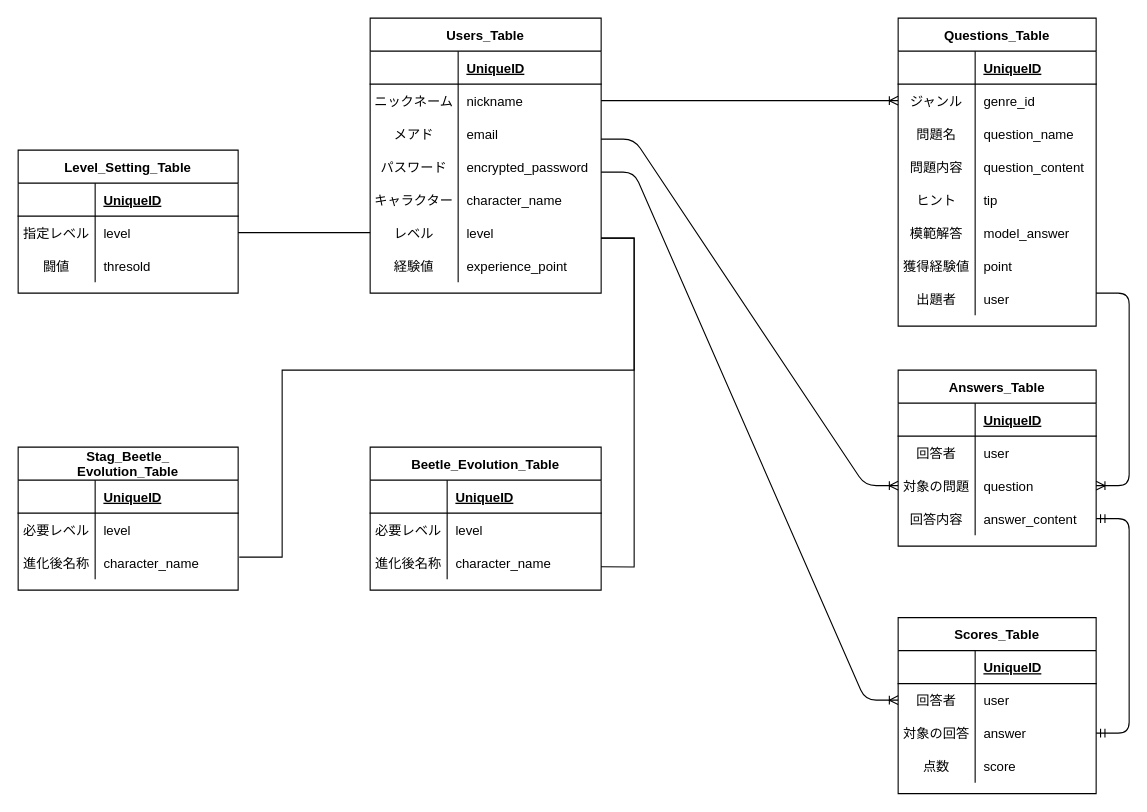
naoyanman-hashimoto/spp_app keeps this draw.io diagram as spp_app.dio. Above is the earlier version. Source tidied: cells renumbered, new cells numbered last; positions are measured from the earlier drawing's top-left corner, leaving out a move shared by most shapes. Both pictures are drawn from the tidied source at 110%, with x=0, y=0 at pixel (18, 18).
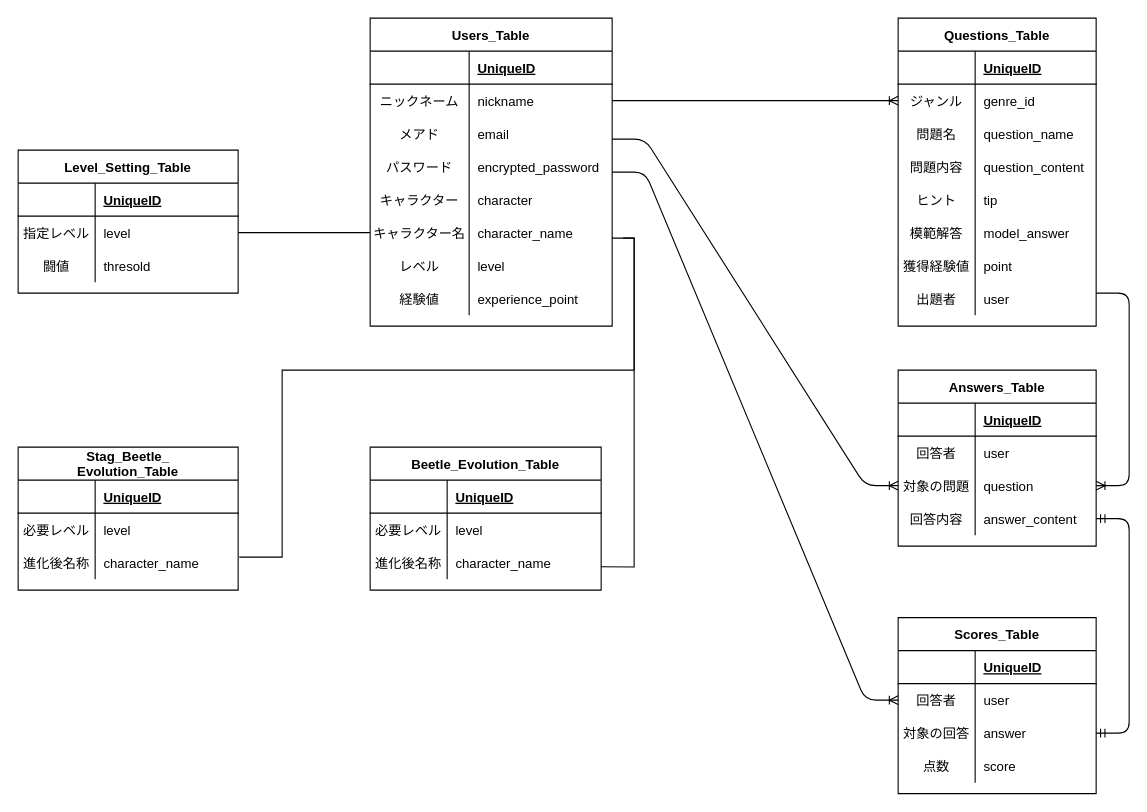
The same page after the edit.

The change refers to these unchanged cells:
```xml
<mxCell id="56" style="shape=partialRectangle;fillColor=none;top=0;left=0;bottom=0;right=0;points=[[0,0.5],[1,0.5]];portConstraint=eastwest;" parent="49" vertex="1">
  <mxGeometry y="90" width="180" height="30" as="geometry" />
</mxCell>
<mxCell id="66" style="shape=partialRectangle;fillColor=none;top=0;left=0;bottom=0;right=0;points=[[0,0.5],[1,0.5]];portConstraint=eastwest;" parent="62" vertex="1">
  <mxGeometry y="60" width="200" height="30" as="geometry" />
</mxCell>
<mxCell id="79" style="shape=partialRectangle;fillColor=none;top=0;left=0;bottom=0;right=0;points=[[0,0.5],[1,0.5]];portConstraint=eastwest;" parent="72" vertex="1">
  <mxGeometry y="90" width="210" height="30" as="geometry" />
</mxCell>
<mxCell id="86" style="shape=partialRectangle;fillColor=none;top=0;left=0;bottom=0;right=0;points=[[0,0.5],[1,0.5]];portConstraint=eastwest;" parent="82" vertex="1">
  <mxGeometry y="60" width="180" height="30" as="geometry" />
</mxCell>
```

What changed in the source:
```diff
@@
     <mxCell id="2" value="Users_Table" style="shape=table;startSize=30;childLayout=tableLayout;rowLines=0;fontStyle=1;align=center;" parent="1" vertex="1">
-      <mxGeometry x="320" width="210" height="250" as="geometry" />
+      <mxGeometry x="320" width="220" height="280" as="geometry" />
     </mxCell>
     <mxCell id="3" style="shape=partialRectangle;fillColor=none;top=0;left=0;bottom=1;right=0;" parent="2" vertex="1">
-      <mxGeometry y="30" width="210" height="30" as="geometry" />
+      <mxGeometry y="30" width="220" height="30" as="geometry" />
     </mxCell>
     <mxCell id="4" style="shape=partialRectangle;fillColor=none;top=0;left=0;bottom=0;right=0;fontStyle=1;overflow=hidden;" parent="3" vertex="1">
-      <mxGeometry width="80" height="30" as="geometry" />
+      <mxGeometry width="90" height="30" as="geometry" />
     </mxCell>
     <mxCell id="5" value="UniqueID" style="shape=partialRectangle;fillColor=none;top=0;left=0;bottom=0;right=0;align=left;spacingLeft=6;fontStyle=5;overflow=hidden;" parent="3" vertex="1">
-      <mxGeometry x="80" width="130" height="30" as="geometry" />
+      <mxGeometry x="90" width="130" height="30" as="geometry" />
     </mxCell>
     <mxCell id="6" style="shape=partialRectangle;fillColor=none;top=0;left=0;bottom=0;right=0;points=[[0,0.5],[1,0.5]];portConstraint=eastwest;" parent="2" vertex="1">
-      <mxGeometry y="60" width="210" height="30" as="geometry" />
+      <mxGeometry y="60" width="220" height="30" as="geometry" />
     </mxCell>
     <mxCell id="7" value="ニックネーム" style="shape=partialRectangle;fillColor=none;top=0;left=0;bottom=0;right=0;overflow=hidden;" parent="6" vertex="1">
-      <mxGeometry width="80" height="30" as="geometry" />
+      <mxGeometry width="90" height="30" as="geometry" />
     </mxCell>
     <mxCell id="8" value="nickname" style="shape=partialRectangle;fillColor=none;top=0;left=0;bottom=0;right=0;align=left;spacingLeft=6;overflow=hidden;" parent="6" vertex="1">
-      <mxGeometry x="80" width="130" height="30" as="geometry" />
+      <mxGeometry x="90" width="130" height="30" as="geometry" />
     </mxCell>
     <mxCell id="9" style="shape=partialRectangle;fillColor=none;top=0;left=0;bottom=0;right=0;" parent="2" vertex="1">
-      <mxGeometry y="90" width="210" height="30" as="geometry" />
+      <mxGeometry y="90" width="220" height="30" as="geometry" />
     </mxCell>
     <mxCell id="10" value="メアド" style="shape=partialRectangle;fillColor=none;top=0;left=0;bottom=0;right=0;overflow=hidden;" parent="9" vertex="1">
-      <mxGeometry width="80" height="30" as="geometry" />
+      <mxGeometry width="90" height="30" as="geometry" />
     </mxCell>
     <mxCell id="11" value="email" style="shape=partialRectangle;fillColor=none;top=0;left=0;bottom=0;right=0;align=left;spacingLeft=6;overflow=hidden;" parent="9" vertex="1">
-      <mxGeometry x="80" width="130" height="30" as="geometry" />
+      <mxGeometry x="90" width="130" height="30" as="geometry" />
     </mxCell>
     <mxCell id="12" style="shape=partialRectangle;fillColor=none;top=0;left=0;bottom=0;right=0;" parent="2" vertex="1">
-      <mxGeometry y="120" width="210" height="30" as="geometry" />
+      <mxGeometry y="120" width="220" height="30" as="geometry" />
     </mxCell>
     <mxCell id="13" value="パスワード" style="shape=partialRectangle;fillColor=none;top=0;left=0;bottom=0;right=0;overflow=hidden;" parent="12" vertex="1">
-      <mxGeometry width="80" height="30" as="geometry" />
+      <mxGeometry width="90" height="30" as="geometry" />
     </mxCell>
     <mxCell id="14" value="encrypted_password" style="shape=partialRectangle;fillColor=none;top=0;left=0;bottom=0;right=0;align=left;spacingLeft=6;overflow=hidden;" parent="12" vertex="1">
-      <mxGeometry x="80" width="130" height="30" as="geometry" />
+      <mxGeometry x="90" width="130" height="30" as="geometry" />
     </mxCell>
     <mxCell id="15" style="shape=partialRectangle;fillColor=none;top=0;left=0;bottom=0;right=0;" parent="2" vertex="1">
-      <mxGeometry y="150" width="210" height="30" as="geometry" />
+      <mxGeometry y="150" width="220" height="30" as="geometry" />
     </mxCell>
     <mxCell id="16" value="キャラクター" style="shape=partialRectangle;fillColor=none;top=0;left=0;bottom=0;right=0;overflow=hidden;" parent="15" vertex="1">
-      <mxGeometry width="80" height="30" as="geometry" />
+      <mxGeometry width="90" height="30" as="geometry" />
     </mxCell>
-    <mxCell id="17" value="character_name" style="shape=partialRectangle;fillColor=none;top=0;left=0;bottom=0;right=0;align=left;spacingLeft=6;overflow=hidden;" parent="15" vertex="1">
-      <mxGeometry x="80" width="130" height="30" as="geometry" />
+    <mxCell id="17" value="character" style="shape=partialRectangle;fillColor=none;top=0;left=0;bottom=0;right=0;align=left;spacingLeft=6;overflow=hidden;" parent="15" vertex="1">
+      <mxGeometry x="90" width="130" height="30" as="geometry" />
     </mxCell>
+    <mxCell id="113" style="shape=partialRectangle;fillColor=none;top=0;left=0;bottom=0;right=0;points=[[0,0.5],[1,0.5]];portConstraint=eastwest;" parent="2" vertex="1">
+      <mxGeometry y="180" width="220" height="30" as="geometry" />
+    </mxCell>
+    <mxCell id="114" value="キャラクター名" style="shape=partialRectangle;fillColor=none;top=0;left=0;bottom=0;right=0;overflow=hidden;" parent="113" vertex="1">
+      <mxGeometry width="90" height="30" as="geometry" />
+    </mxCell>
+    <mxCell id="115" value="character_name" style="shape=partialRectangle;fillColor=none;top=0;left=0;bottom=0;right=0;align=left;spacingLeft=6;overflow=hidden;" parent="113" vertex="1">
+      <mxGeometry x="90" width="130" height="30" as="geometry" />
+    </mxCell>
     <mxCell id="18" style="shape=partialRectangle;fillColor=none;top=0;left=0;bottom=0;right=0;points=[[0,0.5],[1,0.5]];portConstraint=eastwest;" parent="2" vertex="1">
-      <mxGeometry y="180" width="210" height="30" as="geometry" />
+      <mxGeometry y="210" width="220" height="30" as="geometry" />
     </mxCell>
     <mxCell id="19" value="レベル" style="shape=partialRectangle;fillColor=none;top=0;left=0;bottom=0;right=0;overflow=hidden;" parent="18" vertex="1">
-      <mxGeometry width="80" height="30" as="geometry" />
+      <mxGeometry width="90" height="30" as="geometry" />
     </mxCell>
     <mxCell id="20" value="level" style="shape=partialRectangle;fillColor=none;top=0;left=0;bottom=0;right=0;align=left;spacingLeft=6;overflow=hidden;" parent="18" vertex="1">
-      <mxGeometry x="80" width="130" height="30" as="geometry" />
+      <mxGeometry x="90" width="130" height="30" as="geometry" />
     </mxCell>
     <mxCell id="21" style="shape=partialRectangle;fillColor=none;top=0;left=0;bottom=0;right=0;" parent="2" vertex="1">
-      <mxGeometry y="210" width="210" height="30" as="geometry" />
+      <mxGeometry y="240" width="220" height="30" as="geometry" />
     </mxCell>
     <mxCell id="22" value="経験値" style="shape=partialRectangle;fillColor=none;top=0;left=0;bottom=0;right=0;overflow=hidden;" parent="21" vertex="1">
-      <mxGeometry width="80" height="30" as="geometry" />
+      <mxGeometry width="90" height="30" as="geometry" />
     </mxCell>
     <mxCell id="23" value="experience_point" style="shape=partialRectangle;fillColor=none;top=0;left=0;bottom=0;right=0;align=left;spacingLeft=6;overflow=hidden;" parent="21" vertex="1">
-      <mxGeometry x="80" width="130" height="30" as="geometry" />
+      <mxGeometry x="90" width="130" height="30" as="geometry" />
     </mxCell>
@@
     <mxCell id="97" style="edgeStyle=entityRelationEdgeStyle;fontSize=12;html=1;endArrow=ERoneToMany;entryX=0;entryY=0.5;entryDx=0;entryDy=0;" parent="1" edge="1" target="56">
       <mxGeometry relative="1" as="geometry">
-        <mxPoint x="530" y="110" as="sourcePoint" />
+        <mxPoint x="540" y="110" as="sourcePoint" />
       </mxGeometry>
     </mxCell>
@@
     <mxCell id="99" style="edgeStyle=entityRelationEdgeStyle;fontSize=12;html=1;endArrow=ERoneToMany;entryX=0;entryY=0.5;entryDx=0;entryDy=0;" parent="1" edge="1" target="86">
       <mxGeometry relative="1" as="geometry">
-        <mxPoint x="530" y="140" as="sourcePoint" />
+        <mxPoint x="540" y="140" as="sourcePoint" />
       </mxGeometry>
     </mxCell>
-    <mxCell id="100" style="endArrow=none;html=1;rounded=0;exitX=1;exitY=0.5;exitDx=0;exitDy=0;entryX=0;entryY=0.5;entryDx=0;entryDy=0;" parent="1" edge="1" source="66" target="18">
+    <mxCell id="100" style="endArrow=none;html=1;rounded=0;exitX=1;exitY=0.5;exitDx=0;exitDy=0;entryX=0;entryY=0.5;entryDx=0;entryDy=0;" parent="1" edge="1" source="66" target="113">
       <mxGeometry relative="1" as="geometry" />
     </mxCell>
-    <mxCell id="101" style="endArrow=none;html=1;rounded=0;exitX=1;exitY=0.5;exitDx=0;exitDy=0;entryX=1;entryY=0.622;entryDx=0;entryDy=0;entryPerimeter=0;" parent="1" edge="1" target="79">
+    <mxCell id="101" style="endArrow=none;html=1;rounded=0;entryX=1;entryY=0.622;entryDx=0;entryDy=0;entryPerimeter=0;" parent="1" edge="1" target="79">
       <mxGeometry relative="1" as="geometry">
-        <mxPoint x="530" y="200" as="sourcePoint" />
+        <mxPoint x="540" y="200" as="sourcePoint" />
         <Array as="points">
           <mxPoint x="560" y="200" />
           <mxPoint x="560" y="340" />
           <mxPoint x="560" y="420" />
           <mxPoint x="560" y="499" />
         </Array>
       </mxGeometry>
     </mxCell>
@@
-    <mxCell id="112" style="endArrow=none;html=1;rounded=0;exitX=1;exitY=0.5;exitDx=0;exitDy=0;" parent="1" edge="1">
+    <mxCell id="112" style="endArrow=none;html=1;rounded=0;" parent="1" edge="1">
       <mxGeometry relative="1" as="geometry">
-        <mxPoint x="530" y="200" as="sourcePoint" />
+        <mxPoint x="550" y="200" as="sourcePoint" />
         <mxPoint x="201" y="490" as="targetPoint" />
         <Array as="points">
           <mxPoint x="560" y="200" />
           <mxPoint x="560" y="320" />
           <mxPoint x="240" y="320" />
           <mxPoint x="240" y="490" />
         </Array>
       </mxGeometry>
     </mxCell>
```
